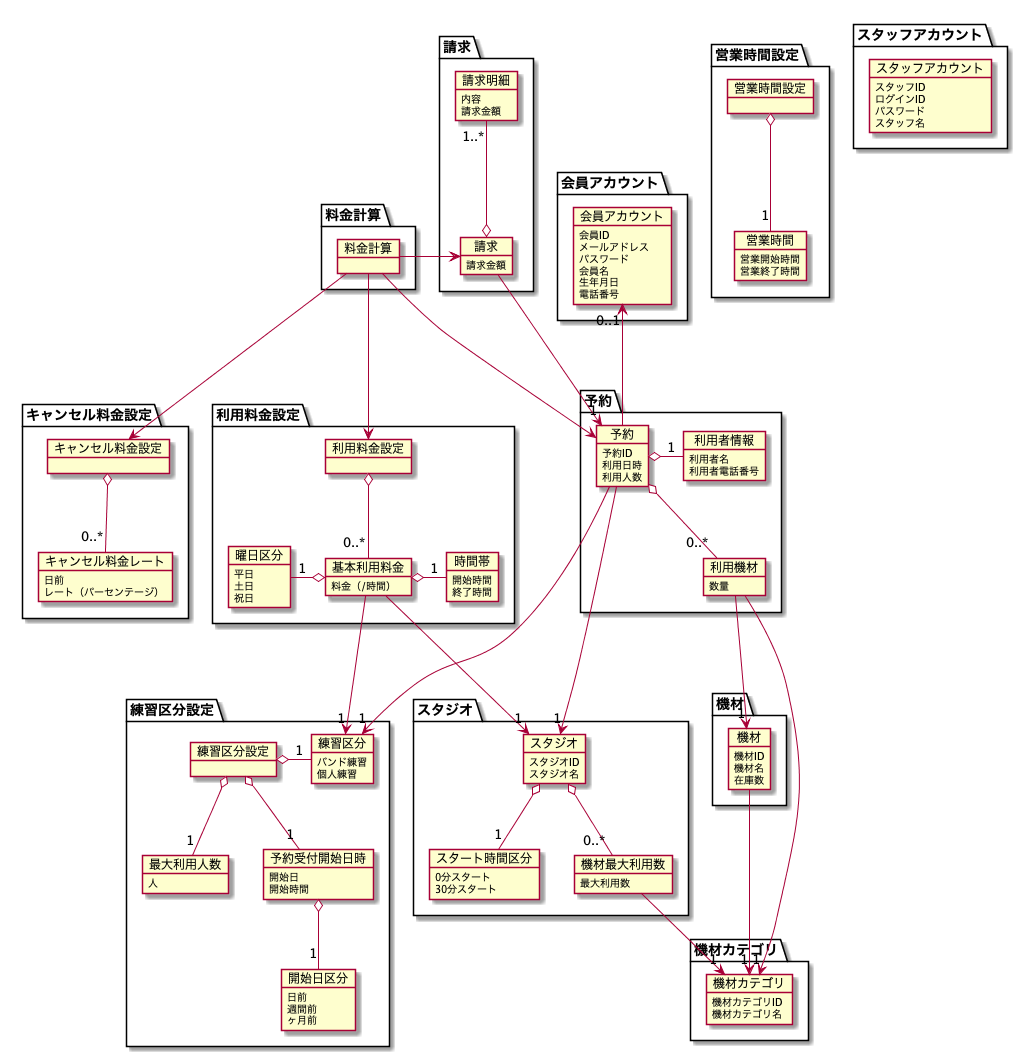
TakashiOnawa/ddd-practice-studio-reservation keeps this PlantUML diagram as modeling/07_DomainModel/DomainModel.png. Above is the earlier version.
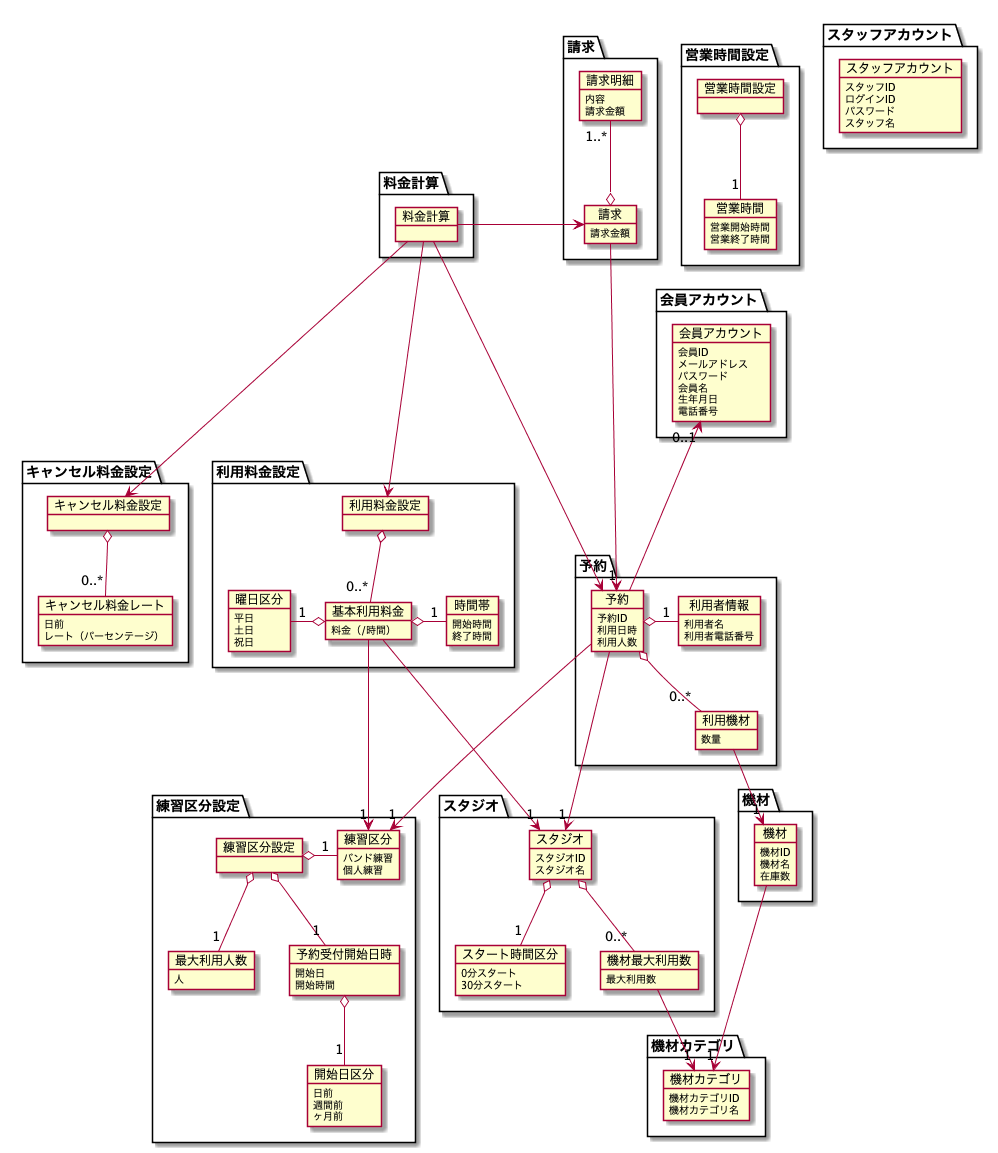
Later version of the same file.

Change to the diagram source:
```diff
@@ -155,8 +155,7 @@
 予約 ---> "1" 練習区分
 予約 -up--> "0..1" 会員アカウント
 
-利用機材 ---> "1" 機材
-利用機材 --> "1" 機材カテゴリ
+利用機材 --> "1" 機材
 
 スタジオ o-- "1" スタート時間区分
 スタジオ o-- "0..*" 機材最大利用数
```
